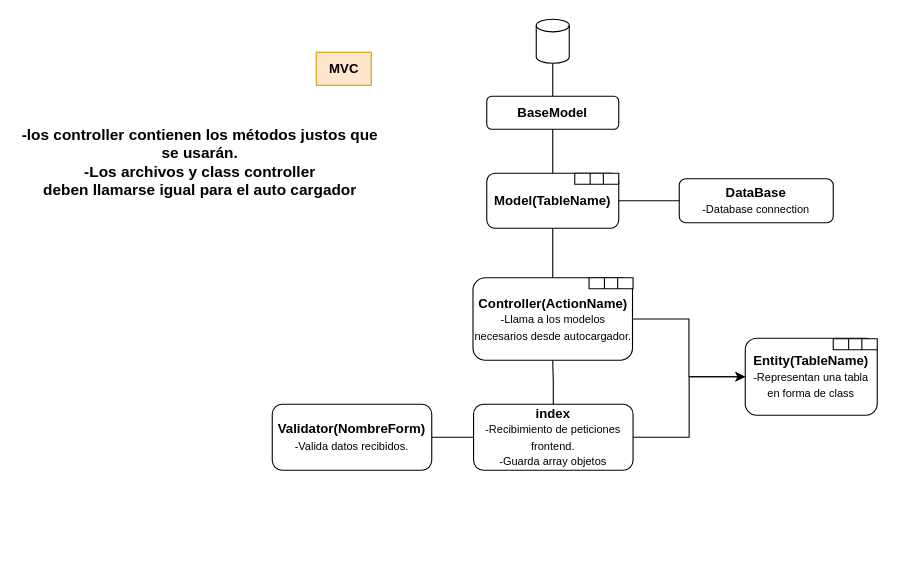
Above: planification/Backend/5 DF_servidor.drawio in SergioCorredorT/destinyairlinesReact (draw.io), before the change. Source tidied: cells renumbered, new cells numbered last; positions are measured from the earlier drawing's top-left corner, leaving out a move shared by most shapes. Both pictures are drawn from the tidied source at 110%, with x=0, y=0 at pixel (19, 19).
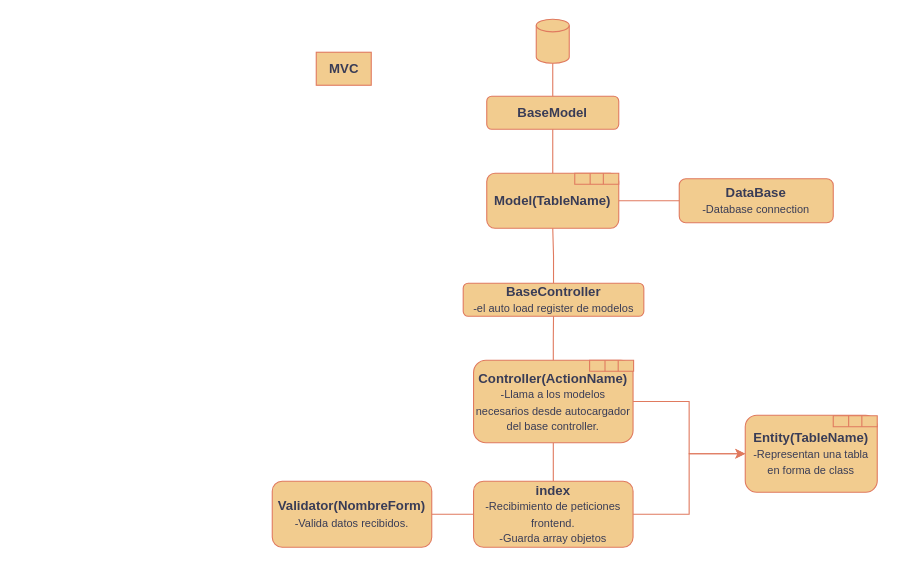
Above is the later version.

The edit, as a diff of the source:
```diff
@@
-    <mxCell id="2" value="&lt;b&gt;BaseModel&lt;/b&gt;" style="rounded=1;whiteSpace=wrap;html=1;fontSize=12;glass=0;strokeWidth=1;shadow=0;" parent="1" vertex="1">
+    <mxCell id="2" value="&lt;b&gt;BaseModel&lt;/b&gt;" style="rounded=1;whiteSpace=wrap;html=1;fontSize=12;glass=0;strokeWidth=1;shadow=0;labelBackgroundColor=none;fillColor=#F2CC8F;strokeColor=#E07A5F;fontColor=#393C56;" parent="1" vertex="1">
       <mxGeometry x="425" y="70" width="120" height="30" as="geometry" />
     </mxCell>
-    <mxCell id="3" value="&lt;b&gt;DataBase&lt;br&gt;&lt;/b&gt;&lt;font style=&quot;font-size: 10px;&quot;&gt;-Database connection&lt;/font&gt;" style="rounded=1;whiteSpace=wrap;html=1;fontSize=12;glass=0;strokeWidth=1;shadow=0;" parent="1" vertex="1">
+    <mxCell id="3" value="&lt;b&gt;DataBase&lt;br&gt;&lt;/b&gt;&lt;font style=&quot;font-size: 10px;&quot;&gt;-Database connection&lt;/font&gt;" style="rounded=1;whiteSpace=wrap;html=1;fontSize=12;glass=0;strokeWidth=1;shadow=0;labelBackgroundColor=none;fillColor=#F2CC8F;strokeColor=#E07A5F;fontColor=#393C56;" parent="1" vertex="1">
       <mxGeometry x="600" y="145" width="140" height="40" as="geometry" />
     </mxCell>
-    <mxCell id="4" style="edgeStyle=orthogonalEdgeStyle;rounded=0;jettySize=auto;html=1;exitX=0.5;exitY=0;exitDx=0;exitDy=0;endArrow=none;endFill=0;" parent="1" edge="1" source="29" target="2">
+    <mxCell id="4" style="edgeStyle=orthogonalEdgeStyle;rounded=0;jettySize=auto;html=1;exitX=0.5;exitY=0;exitDx=0;exitDy=0;endArrow=none;endFill=0;labelBackgroundColor=none;strokeColor=#E07A5F;fontColor=default;" parent="1" edge="1" source="29" target="2">
       <mxGeometry relative="1" as="geometry" />
     </mxCell>
-    <mxCell id="5" style="edgeStyle=orthogonalEdgeStyle;rounded=0;jettySize=auto;html=1;exitX=1;exitY=0.5;exitDx=0;exitDy=0;entryX=0;entryY=0.5;entryDx=0;entryDy=0;endArrow=none;endFill=0;" parent="1" edge="1" source="29" target="3">
+    <mxCell id="5" style="edgeStyle=orthogonalEdgeStyle;rounded=0;jettySize=auto;html=1;exitX=1;exitY=0.5;exitDx=0;exitDy=0;entryX=0;entryY=0.5;entryDx=0;entryDy=0;endArrow=none;endFill=0;labelBackgroundColor=none;strokeColor=#E07A5F;fontColor=default;" parent="1" edge="1" source="29" target="3">
       <mxGeometry relative="1" as="geometry" />
     </mxCell>
-    <mxCell id="6" style="shape=cylinder3;whiteSpace=wrap;html=1;boundedLbl=1;backgroundOutline=1;size=5.724137931034534;" parent="1" vertex="1">
+    <mxCell id="6" style="shape=cylinder3;whiteSpace=wrap;html=1;boundedLbl=1;backgroundOutline=1;size=5.724137931034534;labelBackgroundColor=none;fillColor=#F2CC8F;strokeColor=#E07A5F;fontColor=#393C56;" parent="1" vertex="1">
       <mxGeometry x="470" width="30" height="40" as="geometry" />
     </mxCell>
-    <mxCell id="7" style="edgeStyle=orthogonalEdgeStyle;rounded=0;jettySize=auto;html=1;exitX=0.5;exitY=0;exitDx=0;exitDy=0;entryX=0.5;entryY=1;entryDx=0;entryDy=0;entryPerimeter=0;endArrow=none;endFill=0;" parent="1" edge="1" source="2" target="6">
+    <mxCell id="7" style="edgeStyle=orthogonalEdgeStyle;rounded=0;jettySize=auto;html=1;exitX=0.5;exitY=0;exitDx=0;exitDy=0;entryX=0.5;entryY=1;entryDx=0;entryDy=0;entryPerimeter=0;endArrow=none;endFill=0;labelBackgroundColor=none;strokeColor=#E07A5F;fontColor=default;" parent="1" edge="1" source="2" target="6">
       <mxGeometry relative="1" as="geometry" />
     </mxCell>
-    <mxCell id="8" style="edgeStyle=orthogonalEdgeStyle;rounded=0;jettySize=auto;html=1;entryX=0.5;entryY=1;entryDx=0;entryDy=0;endArrow=none;endFill=0;" parent="1" edge="1" source="15" target="29">
+    <mxCell id="8" style="edgeStyle=orthogonalEdgeStyle;rounded=0;jettySize=auto;html=1;entryX=0.5;entryY=1;entryDx=0;entryDy=0;endArrow=none;endFill=0;labelBackgroundColor=none;strokeColor=#E07A5F;fontColor=default;exitX=0.5;exitY=0;exitDx=0;exitDy=0;" parent="1" edge="1" source="38" target="29">
       <mxGeometry relative="1" as="geometry" />
     </mxCell>
-    <mxCell id="9" style="edgeStyle=orthogonalEdgeStyle;rounded=0;jettySize=auto;html=1;entryX=0;entryY=0.5;entryDx=0;entryDy=0;" parent="1" edge="1" source="12" target="22">
+    <mxCell id="9" style="edgeStyle=orthogonalEdgeStyle;rounded=0;jettySize=auto;html=1;entryX=0;entryY=0.5;entryDx=0;entryDy=0;labelBackgroundColor=none;strokeColor=#E07A5F;fontColor=default;" parent="1" edge="1" source="12" target="22">
       <mxGeometry relative="1" as="geometry" />
     </mxCell>
-    <mxCell id="10" style="edgeStyle=orthogonalEdgeStyle;rounded=0;jettySize=auto;html=1;exitX=0;exitY=0.5;exitDx=0;exitDy=0;endArrow=none;endFill=0;" parent="1" edge="1" source="12" target="13">
+    <mxCell id="10" style="edgeStyle=orthogonalEdgeStyle;rounded=0;jettySize=auto;html=1;exitX=0;exitY=0.5;exitDx=0;exitDy=0;endArrow=none;endFill=0;labelBackgroundColor=none;strokeColor=#E07A5F;fontColor=default;" parent="1" edge="1" source="12" target="13">
       <mxGeometry relative="1" as="geometry" />
     </mxCell>
-    <mxCell id="11" style="edgeStyle=orthogonalEdgeStyle;rounded=0;jettySize=auto;html=1;entryX=0.5;entryY=1;entryDx=0;entryDy=0;endArrow=none;endFill=0;" parent="1" edge="1" source="12" target="15">
+    <mxCell id="11" style="edgeStyle=orthogonalEdgeStyle;rounded=0;jettySize=auto;html=1;entryX=0.5;entryY=1;entryDx=0;entryDy=0;endArrow=none;endFill=0;labelBackgroundColor=none;strokeColor=#E07A5F;fontColor=default;" parent="1" edge="1" source="12" target="15">
       <mxGeometry relative="1" as="geometry" />
     </mxCell>
-    <mxCell id="12" value="&lt;b&gt;index&lt;br&gt;&lt;/b&gt;&lt;font style=&quot;font-size: 10px;&quot;&gt;-Recibimiento de peticiones frontend.&lt;br&gt;-Guarda array objetos&lt;br&gt;&lt;/font&gt;" style="rounded=1;whiteSpace=wrap;html=1;fontSize=12;glass=0;strokeWidth=1;shadow=0;" parent="1" vertex="1">
-      <mxGeometry x="413" y="350" width="145" height="60" as="geometry" />
+    <mxCell id="12" value="&lt;b&gt;index&lt;br&gt;&lt;/b&gt;&lt;font style=&quot;font-size: 10px;&quot;&gt;-Recibimiento de peticiones frontend.&lt;br&gt;-Guarda array objetos&lt;br&gt;&lt;/font&gt;" style="rounded=1;whiteSpace=wrap;html=1;fontSize=12;glass=0;strokeWidth=1;shadow=0;labelBackgroundColor=none;fillColor=#F2CC8F;strokeColor=#E07A5F;fontColor=#393C56;" parent="1" vertex="1">
+      <mxGeometry x="413" y="420" width="145" height="60" as="geometry" />
     </mxCell>
-    <mxCell id="13" value="&lt;b&gt;Validator(NombreForm)&lt;br&gt;&lt;/b&gt;&lt;font style=&quot;font-size: 10px;&quot;&gt;-Valida datos recibidos.&lt;/font&gt;" style="rounded=1;whiteSpace=wrap;html=1;fontSize=12;glass=0;strokeWidth=1;shadow=0;" parent="1" vertex="1">
-      <mxGeometry x="230" y="350" width="145" height="60" as="geometry" />
+    <mxCell id="13" value="&lt;b&gt;Validator(NombreForm)&lt;br&gt;&lt;/b&gt;&lt;font style=&quot;font-size: 10px;&quot;&gt;-Valida datos recibidos.&lt;/font&gt;" style="rounded=1;whiteSpace=wrap;html=1;fontSize=12;glass=0;strokeWidth=1;shadow=0;labelBackgroundColor=none;fillColor=#F2CC8F;strokeColor=#E07A5F;fontColor=#393C56;" parent="1" vertex="1">
+      <mxGeometry x="230" y="420" width="145" height="60" as="geometry" />
     </mxCell>
-    <mxCell id="14" style="group;" parent="1" vertex="1">
-      <mxGeometry x="412.5" y="235" width="145.5" height="75" as="geometry" />
+    <mxCell id="14" style="group;labelBackgroundColor=none;fontColor=#393C56;" parent="1" vertex="1">
+      <mxGeometry x="413" y="310" width="145.5" height="75" as="geometry" />
     </mxCell>
-    <mxCell id="15" value="&lt;b&gt;Controller(ActionName)&lt;br&gt;&lt;/b&gt;&lt;font style=&quot;font-size: 10px;&quot;&gt;-Llama a los modelos necesarios desde autocargador.&lt;/font&gt;&lt;b&gt;&lt;br&gt;&lt;/b&gt;" style="rounded=1;whiteSpace=wrap;html=1;fontSize=12;glass=0;strokeWidth=1;shadow=0;" parent="14" vertex="1">
+    <mxCell id="15" value="&lt;b&gt;Controller(ActionName)&lt;br&gt;&lt;/b&gt;&lt;font style=&quot;font-size: 10px;&quot;&gt;-Llama a los modelos necesarios desde autocargador del base controller.&lt;/font&gt;&lt;b&gt;&lt;br&gt;&lt;/b&gt;" style="rounded=1;whiteSpace=wrap;html=1;fontSize=12;glass=0;strokeWidth=1;shadow=0;labelBackgroundColor=none;fillColor=#F2CC8F;strokeColor=#E07A5F;fontColor=#393C56;" parent="14" vertex="1">
       <mxGeometry width="145" height="75" as="geometry" />
     </mxCell>
-    <mxCell id="16" style="shape=table;startSize=0;childLayout=tableLayout;fontSize=16;" parent="14" vertex="1">
+    <mxCell id="16" style="shape=table;startSize=0;childLayout=tableLayout;fontSize=16;labelBackgroundColor=none;fillColor=#F2CC8F;strokeColor=#E07A5F;fontColor=#393C56;" parent="14" vertex="1">
       <mxGeometry x="105.5" width="40" height="10" as="geometry" />
     </mxCell>
-    <mxCell id="17" style="shape=tableRow;horizontal=0;startSize=0;swimlaneHead=0;swimlaneBody=0;strokeColor=inherit;top=0;left=0;bottom=0;right=0;fillColor=none;fontSize=16;swimlaneLine=1;" parent="16" vertex="1">
+    <mxCell id="17" style="shape=tableRow;horizontal=0;startSize=0;swimlaneHead=0;swimlaneBody=0;strokeColor=#E07A5F;top=0;left=0;bottom=0;right=0;fillColor=none;fontSize=16;swimlaneLine=1;labelBackgroundColor=none;fontColor=#393C56;" parent="16" vertex="1">
       <mxGeometry width="40" height="10" as="geometry" />
     </mxCell>
-    <mxCell id="18" style="shape=partialRectangle;html=1;whiteSpace=wrap;strokeColor=inherit;overflow=hidden;fillColor=none;top=0;left=0;bottom=0;right=0;fontSize=16;" parent="17" vertex="1">
+    <mxCell id="18" style="shape=partialRectangle;html=1;whiteSpace=wrap;strokeColor=#E07A5F;overflow=hidden;fillColor=none;top=0;left=0;bottom=0;right=0;fontSize=16;labelBackgroundColor=none;fontColor=#393C56;" parent="17" vertex="1">
       <mxGeometry width="14" height="10" as="geometry" />
     </mxCell>
-    <mxCell id="19" style="shape=partialRectangle;html=1;whiteSpace=wrap;strokeColor=inherit;overflow=hidden;fillColor=none;top=0;left=0;bottom=0;right=0;fontSize=16;" parent="17" vertex="1">
+    <mxCell id="19" style="shape=partialRectangle;html=1;whiteSpace=wrap;strokeColor=#E07A5F;overflow=hidden;fillColor=none;top=0;left=0;bottom=0;right=0;fontSize=16;labelBackgroundColor=none;fontColor=#393C56;" parent="17" vertex="1">
       <mxGeometry x="14" width="12" height="10" as="geometry" />
     </mxCell>
-    <mxCell id="20" style="shape=partialRectangle;html=1;whiteSpace=wrap;strokeColor=inherit;overflow=hidden;fillColor=none;top=0;left=0;bottom=0;right=0;fontSize=16;" parent="17" vertex="1">
+    <mxCell id="20" style="shape=partialRectangle;html=1;whiteSpace=wrap;strokeColor=#E07A5F;overflow=hidden;fillColor=none;top=0;left=0;bottom=0;right=0;fontSize=16;labelBackgroundColor=none;fontColor=#393C56;" parent="17" vertex="1">
       <mxGeometry x="26" width="14" height="10" as="geometry" />
     </mxCell>
-    <mxCell id="21" style="group;" parent="1" vertex="1">
-      <mxGeometry x="660" y="290" width="120" height="70.5" as="geometry" />
+    <mxCell id="21" style="group;labelBackgroundColor=none;fontColor=#393C56;" parent="1" vertex="1">
+      <mxGeometry x="660" y="360" width="120" height="70.5" as="geometry" />
     </mxCell>
-    <mxCell id="22" value="&lt;b&gt;Entity(TableName)&lt;br&gt;&lt;/b&gt;&lt;font style=&quot;font-size: 10px;&quot;&gt;-Representan una tabla en forma de class&lt;/font&gt;" style="rounded=1;whiteSpace=wrap;html=1;fontSize=12;glass=0;strokeWidth=1;shadow=0;" parent="21" vertex="1">
+    <mxCell id="22" value="&lt;b&gt;Entity(TableName)&lt;br&gt;&lt;/b&gt;&lt;font style=&quot;font-size: 10px;&quot;&gt;-Representan una tabla en forma de class&lt;/font&gt;" style="rounded=1;whiteSpace=wrap;html=1;fontSize=12;glass=0;strokeWidth=1;shadow=0;labelBackgroundColor=none;fillColor=#F2CC8F;strokeColor=#E07A5F;fontColor=#393C56;" parent="21" vertex="1">
       <mxGeometry width="120" height="70" as="geometry" />
     </mxCell>
-    <mxCell id="23" style="shape=table;startSize=0;childLayout=tableLayout;fontSize=16;" parent="21" vertex="1">
+    <mxCell id="23" style="shape=table;startSize=0;childLayout=tableLayout;fontSize=16;labelBackgroundColor=none;fillColor=#F2CC8F;strokeColor=#E07A5F;fontColor=#393C56;" parent="21" vertex="1">
       <mxGeometry x="80" y="0.5" width="40" height="10" as="geometry" />
     </mxCell>
-    <mxCell id="24" style="shape=tableRow;horizontal=0;startSize=0;swimlaneHead=0;swimlaneBody=0;strokeColor=inherit;top=0;left=0;bottom=0;right=0;fillColor=none;fontSize=16;swimlaneLine=1;" parent="23" vertex="1">
+    <mxCell id="24" style="shape=tableRow;horizontal=0;startSize=0;swimlaneHead=0;swimlaneBody=0;strokeColor=#E07A5F;top=0;left=0;bottom=0;right=0;fillColor=none;fontSize=16;swimlaneLine=1;labelBackgroundColor=none;fontColor=#393C56;" parent="23" vertex="1">
       <mxGeometry width="40" height="10" as="geometry" />
     </mxCell>
-    <mxCell id="25" style="shape=partialRectangle;html=1;whiteSpace=wrap;strokeColor=inherit;overflow=hidden;fillColor=none;top=0;left=0;bottom=0;right=0;fontSize=16;" parent="24" vertex="1">
+    <mxCell id="25" style="shape=partialRectangle;html=1;whiteSpace=wrap;strokeColor=#E07A5F;overflow=hidden;fillColor=none;top=0;left=0;bottom=0;right=0;fontSize=16;labelBackgroundColor=none;fontColor=#393C56;" parent="24" vertex="1">
       <mxGeometry width="14" height="10" as="geometry" />
     </mxCell>
-    <mxCell id="26" style="shape=partialRectangle;html=1;whiteSpace=wrap;strokeColor=inherit;overflow=hidden;fillColor=none;top=0;left=0;bottom=0;right=0;fontSize=16;" parent="24" vertex="1">
+    <mxCell id="26" style="shape=partialRectangle;html=1;whiteSpace=wrap;strokeColor=#E07A5F;overflow=hidden;fillColor=none;top=0;left=0;bottom=0;right=0;fontSize=16;labelBackgroundColor=none;fontColor=#393C56;" parent="24" vertex="1">
       <mxGeometry x="14" width="12" height="10" as="geometry" />
     </mxCell>
-    <mxCell id="27" style="shape=partialRectangle;html=1;whiteSpace=wrap;strokeColor=inherit;overflow=hidden;fillColor=none;top=0;left=0;bottom=0;right=0;fontSize=16;" parent="24" vertex="1">
+    <mxCell id="27" style="shape=partialRectangle;html=1;whiteSpace=wrap;strokeColor=#E07A5F;overflow=hidden;fillColor=none;top=0;left=0;bottom=0;right=0;fontSize=16;labelBackgroundColor=none;fontColor=#393C56;" parent="24" vertex="1">
       <mxGeometry x="26" width="14" height="10" as="geometry" />
     </mxCell>
-    <mxCell id="28" style="group;" parent="1" vertex="1">
+    <mxCell id="28" style="group;labelBackgroundColor=none;fontColor=#393C56;" parent="1" vertex="1">
       <mxGeometry x="425" y="140" width="120" height="50" as="geometry" />
     </mxCell>
-    <mxCell id="29" value="&lt;b&gt;Model(TableName)&lt;/b&gt;" style="rounded=1;whiteSpace=wrap;html=1;fontSize=12;glass=0;strokeWidth=1;shadow=0;" parent="28" vertex="1">
+    <mxCell id="29" value="&lt;b&gt;Model(TableName)&lt;/b&gt;" style="rounded=1;whiteSpace=wrap;html=1;fontSize=12;glass=0;strokeWidth=1;shadow=0;labelBackgroundColor=none;fillColor=#F2CC8F;strokeColor=#E07A5F;fontColor=#393C56;" parent="28" vertex="1">
       <mxGeometry width="120" height="50" as="geometry" />
     </mxCell>
-    <mxCell id="30" style="shape=table;startSize=0;childLayout=tableLayout;fontSize=16;" parent="28" vertex="1">
+    <mxCell id="30" style="shape=table;startSize=0;childLayout=tableLayout;fontSize=16;labelBackgroundColor=none;fillColor=#F2CC8F;strokeColor=#E07A5F;fontColor=#393C56;" parent="28" vertex="1">
       <mxGeometry x="80" width="40" height="10" as="geometry" />
     </mxCell>
-    <mxCell id="31" style="shape=tableRow;horizontal=0;startSize=0;swimlaneHead=0;swimlaneBody=0;strokeColor=inherit;top=0;left=0;bottom=0;right=0;fillColor=none;fontSize=16;swimlaneLine=1;" parent="30" vertex="1">
+    <mxCell id="31" style="shape=tableRow;horizontal=0;startSize=0;swimlaneHead=0;swimlaneBody=0;strokeColor=#E07A5F;top=0;left=0;bottom=0;right=0;fillColor=none;fontSize=16;swimlaneLine=1;labelBackgroundColor=none;fontColor=#393C56;" parent="30" vertex="1">
       <mxGeometry width="40" height="10" as="geometry" />
     </mxCell>
-    <mxCell id="32" style="shape=partialRectangle;html=1;whiteSpace=wrap;strokeColor=inherit;overflow=hidden;fillColor=none;top=0;left=0;bottom=0;right=0;fontSize=16;" parent="31" vertex="1">
+    <mxCell id="32" style="shape=partialRectangle;html=1;whiteSpace=wrap;strokeColor=#E07A5F;overflow=hidden;fillColor=none;top=0;left=0;bottom=0;right=0;fontSize=16;labelBackgroundColor=none;fontColor=#393C56;" parent="31" vertex="1">
       <mxGeometry width="14" height="10" as="geometry" />
     </mxCell>
-    <mxCell id="33" style="shape=partialRectangle;html=1;whiteSpace=wrap;strokeColor=inherit;overflow=hidden;fillColor=none;top=0;left=0;bottom=0;right=0;fontSize=16;" parent="31" vertex="1">
+    <mxCell id="33" style="shape=partialRectangle;html=1;whiteSpace=wrap;strokeColor=#E07A5F;overflow=hidden;fillColor=none;top=0;left=0;bottom=0;right=0;fontSize=16;labelBackgroundColor=none;fontColor=#393C56;" parent="31" vertex="1">
       <mxGeometry x="14" width="12" height="10" as="geometry" />
     </mxCell>
-    <mxCell id="34" style="shape=partialRectangle;html=1;whiteSpace=wrap;strokeColor=inherit;overflow=hidden;fillColor=none;top=0;left=0;bottom=0;right=0;fontSize=16;" parent="31" vertex="1">
+    <mxCell id="34" style="shape=partialRectangle;html=1;whiteSpace=wrap;strokeColor=#E07A5F;overflow=hidden;fillColor=none;top=0;left=0;bottom=0;right=0;fontSize=16;labelBackgroundColor=none;fontColor=#393C56;" parent="31" vertex="1">
       <mxGeometry x="26" width="14" height="10" as="geometry" />
     </mxCell>
-    <mxCell id="35" value="MVC" style="text;html=1;align=center;verticalAlign=middle;strokeColor=#d79b00;fillColor=#ffe6cc;fontStyle=1;horizontal=1;" parent="1" vertex="1">
+    <mxCell id="35" value="MVC" style="text;html=1;align=center;verticalAlign=middle;strokeColor=#E07A5F;fillColor=#F2CC8F;fontStyle=1;horizontal=1;labelBackgroundColor=none;fontColor=#393C56;" parent="1" vertex="1">
       <mxGeometry x="270" y="30" width="50" height="30" as="geometry" />
     </mxCell>
-    <mxCell id="36" value="-los controller contienen los métodos justos que&lt;br&gt;se usarán.&lt;br&gt;-Los archivos y class controller &lt;br&gt;deben llamarse igual para el auto cargador" style="text;strokeColor=none;fillColor=none;html=1;fontSize=14;fontStyle=1;verticalAlign=middle;align=center;" parent="1" vertex="1">
-      <mxGeometry y="70" width="327.5" height="120" as="geometry" />
-    </mxCell>
-    <mxCell id="37" style="edgeStyle=orthogonalEdgeStyle;rounded=0;jettySize=auto;html=1;exitX=1;exitY=0.5;exitDx=0;exitDy=0;entryX=0;entryY=0.5;entryDx=0;entryDy=0;" parent="1" edge="1" source="15" target="22">
+    <mxCell id="37" style="edgeStyle=orthogonalEdgeStyle;rounded=0;jettySize=auto;html=1;exitX=1;exitY=0.5;exitDx=0;exitDy=0;entryX=0;entryY=0.5;entryDx=0;entryDy=0;labelBackgroundColor=none;strokeColor=#E07A5F;fontColor=default;" parent="1" edge="1" source="15" target="22">
       <mxGeometry relative="1" as="geometry" />
     </mxCell>
+    <mxCell id="38" value="&lt;b&gt;BaseController&lt;/b&gt;&lt;br&gt;&lt;font style=&quot;font-size: 10px;&quot;&gt;-el auto load register de modelos&lt;/font&gt;" style="rounded=1;whiteSpace=wrap;html=1;fontSize=12;glass=0;strokeWidth=1;shadow=0;labelBackgroundColor=none;fillColor=#F2CC8F;strokeColor=#E07A5F;fontColor=#393C56;" parent="1" vertex="1">
+      <mxGeometry x="403.6" y="240" width="164.2" height="30" as="geometry" />
+    </mxCell>
+    <mxCell id="39" style="edgeStyle=orthogonalEdgeStyle;rounded=0;jettySize=auto;html=1;entryX=0.5;entryY=1;entryDx=0;entryDy=0;endArrow=none;endFill=0;labelBackgroundColor=none;strokeColor=#E07A5F;fontColor=default;" parent="1" edge="1" source="15" target="38">
+      <mxGeometry relative="1" as="geometry" />
+    </mxCell>
```
